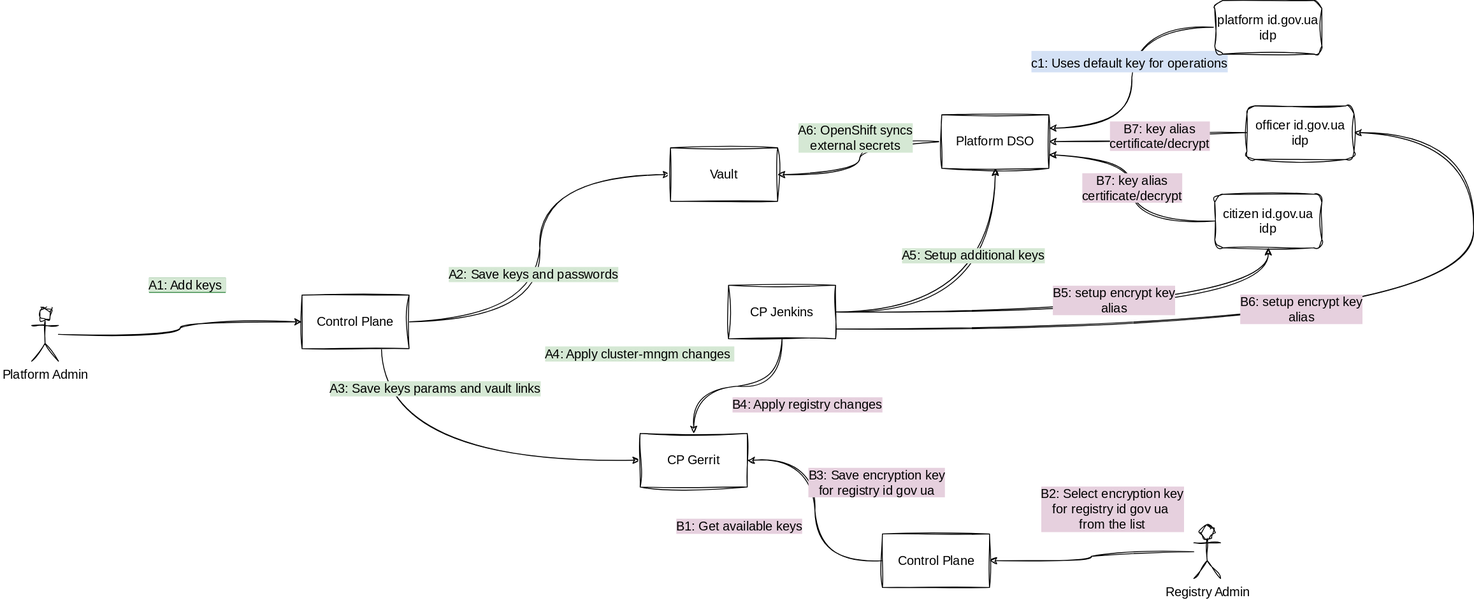
This is docs/ua/modules/arch/images/architecture-workspace/platform-evolution/citizen-id-gov-ua/use-case-key-mng.drawio.svg from epam/edp-ddm-architecture, a draw.io export, as it was before one commit. Source tidied: cells renumbered, new cells last; positions are measured from the earlier drawing's top-left corner, leaving out a move shared by most shapes.
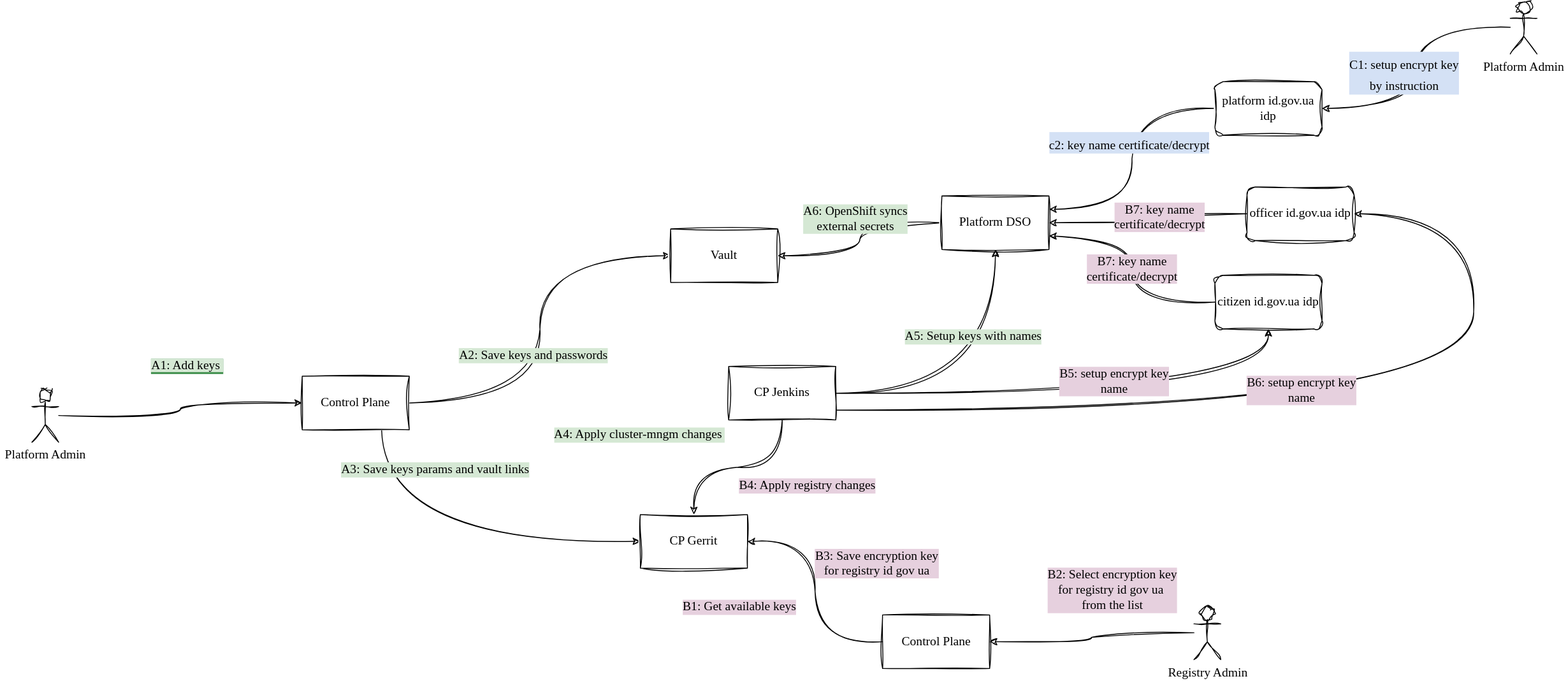
Later version of the same file.

Change to the diagram source:
```diff
@@ -85,13 +85,13 @@
     <mxCell id="22" style="edgeStyle=orthogonalEdgeStyle;shape=connector;curved=1;rounded=1;sketch=1;hachureGap=4;jiggle=2;curveFitting=1;jettySize=auto;html=1;labelBackgroundColor=default;strokeColor=default;fontFamily=Architects Daughter;fontSource=https%3A%2F%2Ffonts.googleapis.com%2Fcss%3Ffamily%3DArchitects%2BDaughter;fontSize=14;fontColor=default;endArrow=classic;" parent="1" edge="1" source="28" target="31">
       <mxGeometry relative="1" as="geometry" />
     </mxCell>
-    <mxCell id="23" value="A5: Setup additional keys" style="edgeLabel;html=1;align=center;verticalAlign=middle;fontSize=14;fontFamily=Architects Daughter;fontColor=default;labelBackgroundColor=#D5E8D4;" parent="22" vertex="1">
+    <mxCell id="23" value="A5: Setup keys with names" style="edgeLabel;html=1;align=center;verticalAlign=middle;fontSize=14;fontFamily=Architects Daughter;fontColor=default;labelBackgroundColor=#D5E8D4;" parent="22" vertex="1">
       <mxGeometry x="0.43" y="26" relative="1" as="geometry" />
     </mxCell>
     <mxCell id="24" style="edgeStyle=orthogonalEdgeStyle;shape=connector;curved=1;rounded=1;sketch=1;hachureGap=4;jiggle=2;curveFitting=1;jettySize=auto;html=1;labelBackgroundColor=default;strokeColor=default;fontFamily=Architects Daughter;fontSource=https%3A%2F%2Ffonts.googleapis.com%2Fcss%3Ffamily%3DArchitects%2BDaughter;fontSize=14;fontColor=default;endArrow=classic;" parent="1" edge="1" source="28" target="38">
       <mxGeometry relative="1" as="geometry" />
     </mxCell>
-    <mxCell id="25" value="B5: setup encrypt key&lt;br style=&quot;border-color: var(--border-color);&quot;&gt;alias" style="edgeLabel;html=1;align=center;verticalAlign=middle;fontSize=14;fontFamily=Architects Daughter;fontColor=default;labelBackgroundColor=#E6D0DE;" parent="24" vertex="1">
+    <mxCell id="25" value="B5: setup encrypt key&lt;br style=&quot;border-color: var(--border-color);&quot;&gt;name" style="edgeLabel;html=1;align=center;verticalAlign=middle;fontSize=14;fontFamily=Architects Daughter;fontColor=default;labelBackgroundColor=#E6D0DE;" parent="24" vertex="1">
       <mxGeometry x="0.12" y="15" relative="1" as="geometry">
         <mxPoint y="1" as="offset" />
       </mxGeometry>
@@ -104,7 +104,7 @@
         </Array>
       </mxGeometry>
     </mxCell>
-    <mxCell id="27" value="B6: setup encrypt key&lt;br&gt;alias" style="edgeLabel;html=1;align=center;verticalAlign=middle;fontSize=14;fontFamily=Architects Daughter;fontColor=default;labelBackgroundColor=#E6D0DE;" parent="26" vertex="1">
+    <mxCell id="27" value="B6: setup encrypt key&lt;br&gt;name" style="edgeLabel;html=1;align=center;verticalAlign=middle;fontSize=14;fontFamily=Architects Daughter;fontColor=default;labelBackgroundColor=#E6D0DE;" parent="26" vertex="1">
       <mxGeometry x="-0.03" y="24" relative="1" as="geometry">
         <mxPoint y="1" as="offset" />
       </mxGeometry>
@@ -126,7 +126,7 @@
     <mxCell id="32" style="edgeStyle=orthogonalEdgeStyle;sketch=1;hachureGap=4;jiggle=2;curveFitting=1;jettySize=auto;html=1;fontFamily=Architects Daughter;fontSource=https%3A%2F%2Ffonts.googleapis.com%2Fcss%3Ffamily%3DArchitects%2BDaughter;fontSize=14;fontColor=default;curved=1;entryX=1;entryY=0.25;entryDx=0;entryDy=0;" parent="1" edge="1" source="34" target="31">
       <mxGeometry relative="1" as="geometry" />
     </mxCell>
-    <mxCell id="33" value="&lt;font style=&quot;font-size: 14px;&quot;&gt;c1: Uses default key for operations&lt;br&gt;&lt;/font&gt;" style="edgeLabel;html=1;align=center;verticalAlign=middle;fontSize=20;fontFamily=Architects Daughter;fontColor=default;labelBackgroundColor=#D4E1F5;" parent="32" vertex="1">
+    <mxCell id="33" value="&lt;font style=&quot;font-size: 14px;&quot;&gt;c2: key name certificate/decrypt&lt;br&gt;&lt;/font&gt;" style="edgeLabel;html=1;align=center;verticalAlign=middle;fontSize=20;fontFamily=Architects Daughter;fontColor=default;labelBackgroundColor=#D4E1F5;" parent="32" vertex="1">
       <mxGeometry x="-0.1" y="2" relative="1" as="geometry">
         <mxPoint x="-6" y="-4" as="offset" />
       </mxGeometry>
@@ -134,17 +134,26 @@
     <mxCell id="34" value="platform id.gov.ua idp" style="rounded=1;whiteSpace=wrap;html=1;sketch=1;hachureGap=4;jiggle=2;curveFitting=1;strokeColor=default;fontFamily=Architects Daughter;fontSource=https%3A%2F%2Ffonts.googleapis.com%2Fcss%3Ffamily%3DArchitects%2BDaughter;fontSize=14;fontColor=default;fillColor=default;" parent="1" vertex="1">
       <mxGeometry x="1326" width="120" height="60" as="geometry" />
     </mxCell>
-    <mxCell id="35" value="B7: key alias&lt;br&gt;certificate/decrypt" style="edgeStyle=orthogonalEdgeStyle;shape=connector;curved=1;rounded=1;sketch=1;hachureGap=4;jiggle=2;curveFitting=1;jettySize=auto;html=1;entryX=1;entryY=0.5;entryDx=0;entryDy=0;labelBackgroundColor=#E6D0DE;strokeColor=default;fontFamily=Architects Daughter;fontSource=https%3A%2F%2Ffonts.googleapis.com%2Fcss%3Ffamily%3DArchitects%2BDaughter;fontSize=14;fontColor=default;endArrow=classic;" parent="1" edge="1" source="36" target="31">
+    <mxCell id="35" value="B7: key name&lt;br&gt;certificate/decrypt" style="edgeStyle=orthogonalEdgeStyle;shape=connector;curved=1;rounded=1;sketch=1;hachureGap=4;jiggle=2;curveFitting=1;jettySize=auto;html=1;entryX=1;entryY=0.5;entryDx=0;entryDy=0;labelBackgroundColor=#E6D0DE;strokeColor=default;fontFamily=Architects Daughter;fontSource=https%3A%2F%2Ffonts.googleapis.com%2Fcss%3Ffamily%3DArchitects%2BDaughter;fontSize=14;fontColor=default;endArrow=classic;" parent="1" edge="1" source="36" target="31">
       <mxGeometry x="-0.16" y="4" relative="1" as="geometry" />
     </mxCell>
     <mxCell id="36" value="officer id.gov.ua idp" style="rounded=1;whiteSpace=wrap;html=1;sketch=1;hachureGap=4;jiggle=2;curveFitting=1;strokeColor=default;fontFamily=Architects Daughter;fontSource=https%3A%2F%2Ffonts.googleapis.com%2Fcss%3Ffamily%3DArchitects%2BDaughter;fontSize=14;fontColor=default;fillColor=default;" parent="1" vertex="1">
       <mxGeometry x="1362" y="118" width="120" height="60" as="geometry" />
     </mxCell>
-    <mxCell id="37" value="B7: key alias&lt;br style=&quot;border-color: var(--border-color);&quot;&gt;certificate/decrypt" style="edgeStyle=orthogonalEdgeStyle;shape=connector;curved=1;rounded=1;sketch=1;hachureGap=4;jiggle=2;curveFitting=1;jettySize=auto;html=1;entryX=1;entryY=0.75;entryDx=0;entryDy=0;labelBackgroundColor=#E6D0DE;strokeColor=default;fontFamily=Architects Daughter;fontSource=https%3A%2F%2Ffonts.googleapis.com%2Fcss%3Ffamily%3DArchitects%2BDaughter;fontSize=14;fontColor=default;endArrow=classic;" parent="1" edge="1" source="38" target="31">
+    <mxCell id="37" value="B7: key name&lt;br style=&quot;border-color: var(--border-color);&quot;&gt;certificate/decrypt" style="edgeStyle=orthogonalEdgeStyle;shape=connector;curved=1;rounded=1;sketch=1;hachureGap=4;jiggle=2;curveFitting=1;jettySize=auto;html=1;entryX=1;entryY=0.75;entryDx=0;entryDy=0;labelBackgroundColor=#E6D0DE;strokeColor=default;fontFamily=Architects Daughter;fontSource=https%3A%2F%2Ffonts.googleapis.com%2Fcss%3Ffamily%3DArchitects%2BDaughter;fontSize=14;fontColor=default;endArrow=classic;" parent="1" edge="1" source="38" target="31">
       <mxGeometry relative="1" as="geometry" />
     </mxCell>
     <mxCell id="38" value="citizen id.gov.ua idp" style="rounded=1;whiteSpace=wrap;html=1;sketch=1;hachureGap=4;jiggle=2;curveFitting=1;strokeColor=default;fontFamily=Architects Daughter;fontSource=https%3A%2F%2Ffonts.googleapis.com%2Fcss%3Ffamily%3DArchitects%2BDaughter;fontSize=14;fontColor=default;fillColor=default;" parent="1" vertex="1">
       <mxGeometry x="1326" y="217" width="120" height="60" as="geometry" />
     </mxCell>
+    <mxCell id="39" style="edgeStyle=orthogonalEdgeStyle;sketch=1;hachureGap=4;jiggle=2;curveFitting=1;jettySize=auto;html=1;entryX=1;entryY=0.5;entryDx=0;entryDy=0;fontFamily=Architects Daughter;fontSource=https%3A%2F%2Ffonts.googleapis.com%2Fcss%3Ffamily%3DArchitects%2BDaughter;fontSize=16;curved=1;" parent="1" edge="1" source="40" target="34">
+      <mxGeometry relative="1" as="geometry" />
+    </mxCell>
+    <mxCell id="40" value="Platform Admin" style="shape=umlActor;verticalLabelPosition=bottom;verticalAlign=top;html=1;outlineConnect=0;sketch=1;hachureGap=4;jiggle=2;curveFitting=1;strokeColor=default;fontFamily=Architects Daughter;fontSource=https%3A%2F%2Ffonts.googleapis.com%2Fcss%3Ffamily%3DArchitects%2BDaughter;fontSize=14;fontColor=default;fillColor=default;" parent="1" vertex="1">
+      <mxGeometry x="1657" y="-91" width="30" height="60" as="geometry" />
+    </mxCell>
+    <mxCell id="41" value="&lt;font style=&quot;font-size: 14px;&quot;&gt;C1: setup encrypt key&lt;br&gt;by instruction&lt;br&gt;&lt;/font&gt;" style="edgeLabel;html=1;align=center;verticalAlign=middle;fontSize=20;fontFamily=Architects Daughter;fontColor=default;labelBackgroundColor=#D4E1F5;" parent="1" vertex="1">
+      <mxGeometry x="1537" y="-11" as="geometry" />
+    </mxCell>
   </root>
 </mxGraphModel>
```
